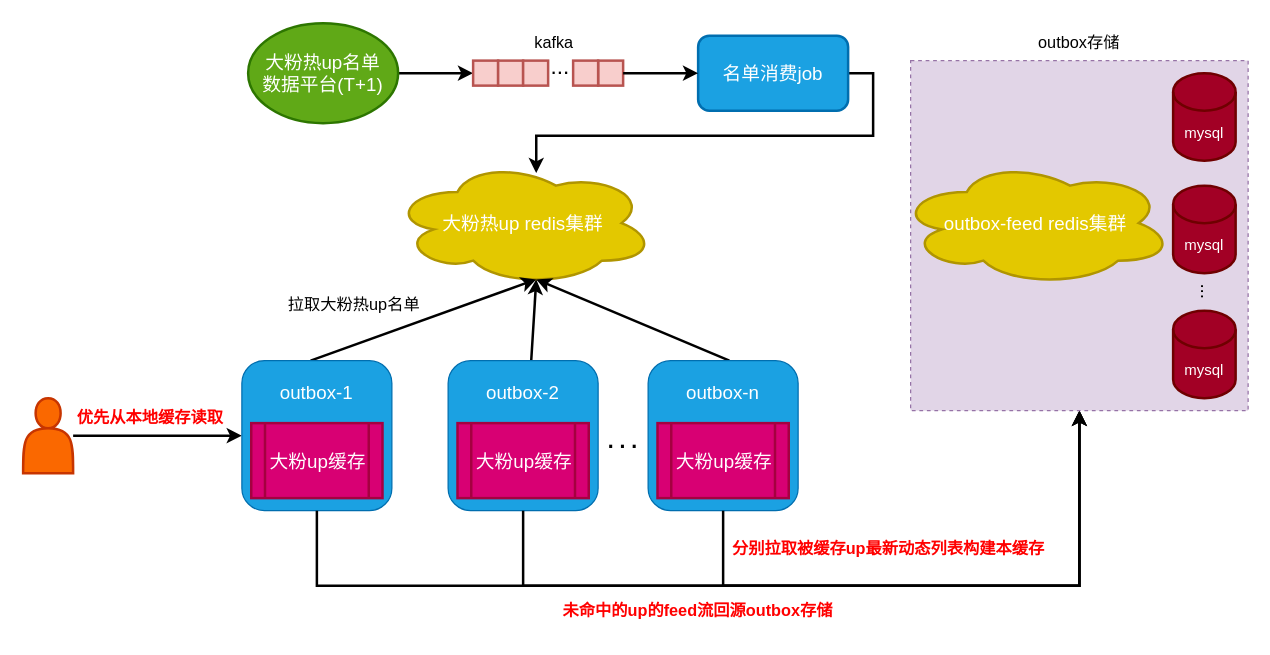
Above: outbox本地缓存架构图.drawio in smartcharles/tech_draw (draw.io), before the change. Source tidied: cells renumbered, new cells numbered last; positions are measured from the earlier drawing's top-left corner, leaving out a move shared by most shapes. Both pictures are drawn from the tidied source at 125%, with x=0, y=0 at pixel (22, 22).
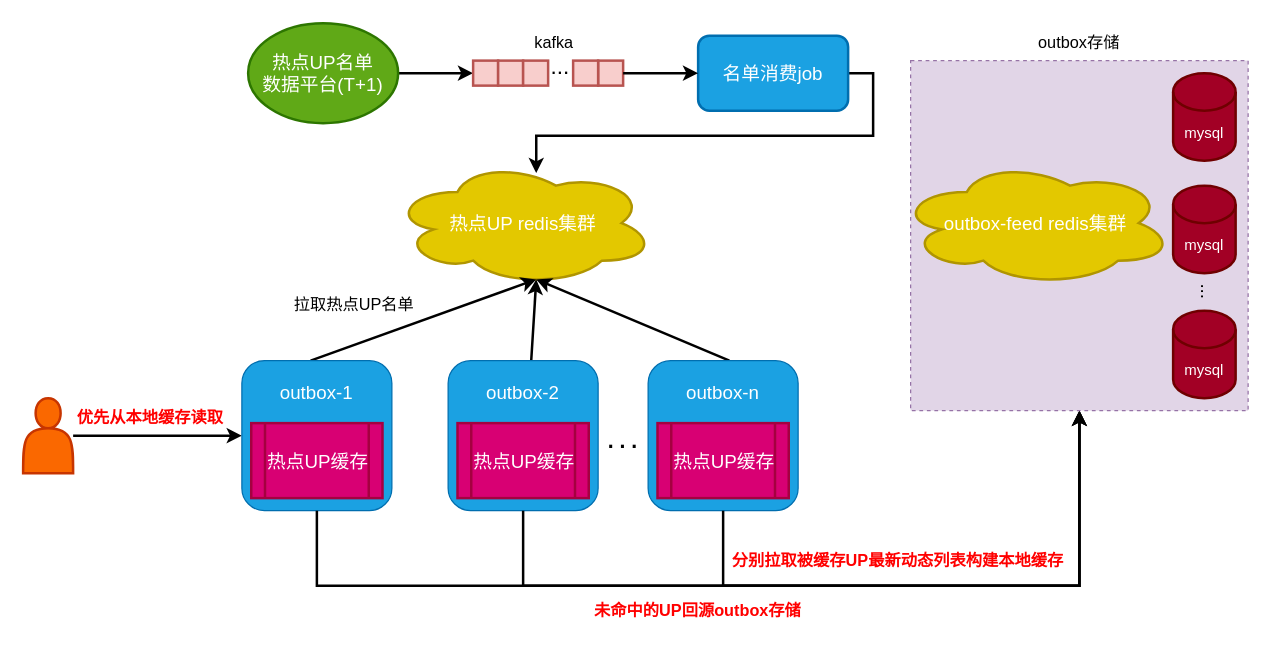
The same page after the edit.

Commit message:
更新outbox本地缓存架构图.drawio

Unchanged cells that the change refers to:
```xml
<mxCell id="16" style="group;" parent="1" vertex="1">
  <mxGeometry x="175" y="270" width="120" height="120" as="geometry" />
</mxCell>
<mxCell id="20" style="group;" parent="1" vertex="1">
  <mxGeometry x="340" y="270" width="130" height="120" as="geometry" />
</mxCell>
<mxCell id="24" style="group;" parent="1" vertex="1">
  <mxGeometry x="500" y="270" width="120" height="120" as="geometry" />
</mxCell>
```

Diff of the diagram source:
```diff
@@
-    <mxCell id="3" value="&lt;font style=&quot;font-size: 15px;&quot;&gt;大粉热up名单&lt;br&gt;数据平台(T+1)&lt;/font&gt;" style="ellipse;whiteSpace=wrap;html=1;strokeWidth=2;fillColor=#60a917;strokeColor=#2D7600;fontColor=#ffffff;" parent="1" vertex="1">
+    <mxCell id="3" value="&lt;font style=&quot;font-size: 15px;&quot;&gt;热点UP名单&lt;br&gt;数据平台(T+1)&lt;/font&gt;" style="ellipse;whiteSpace=wrap;html=1;strokeWidth=2;fillColor=#60a917;strokeColor=#2D7600;fontColor=#ffffff;" parent="1" vertex="1">
       <mxGeometry x="180" width="120" height="80" as="geometry" />
     </mxCell>
@@
-    <mxCell id="6" value="&lt;font color=&quot;#ffffff&quot; style=&quot;font-size: 15px;&quot;&gt;大粉热up redis集群&lt;/font&gt;" style="ellipse;shape=cloud;whiteSpace=wrap;html=1;strokeWidth=2;fillColor=#e3c800;strokeColor=#B09500;fontColor=#000000;" parent="1" vertex="1">
+    <mxCell id="6" value="&lt;font color=&quot;#ffffff&quot; style=&quot;font-size: 15px;&quot;&gt;热点UP redis集群&lt;/font&gt;" style="ellipse;shape=cloud;whiteSpace=wrap;html=1;strokeWidth=2;fillColor=#e3c800;strokeColor=#B09500;fontColor=#000000;" parent="1" vertex="1">
       <mxGeometry x="295" y="110" width="210" height="100" as="geometry" />
     </mxCell>
@@
-    <mxCell id="14" value="&lt;font color=&quot;#ff0000&quot; style=&quot;font-size: 13px;&quot;&gt;&lt;span&gt;未命中的up的feed流回源outbox存储&lt;/span&gt;&lt;/font&gt;" style="text;strokeColor=none;align=center;fillColor=none;html=1;verticalAlign=middle;whiteSpace=wrap;rounded=0;fontSize=13;fontStyle=1;" parent="1" vertex="1">
+    <mxCell id="14" value="&lt;font color=&quot;#ff0000&quot; style=&quot;font-size: 13px;&quot;&gt;&lt;span&gt;未命中的UP回源outbox存储&lt;/span&gt;&lt;/font&gt;" style="text;strokeColor=none;align=center;fillColor=none;html=1;verticalAlign=middle;whiteSpace=wrap;rounded=0;fontSize=13;fontStyle=1;" parent="1" vertex="1">
       <mxGeometry x="420" y="460" width="240" height="20" as="geometry" />
     </mxCell>
@@
-    <mxCell id="18" value="&lt;span style=&quot;font-size: 15px;&quot;&gt;大粉up缓存&lt;/span&gt;" style="shape=process;whiteSpace=wrap;html=1;backgroundOutline=1;strokeWidth=2;fillColor=#d80073;fontColor=#ffffff;strokeColor=#A50040;" parent="16" vertex="1">
+    <mxCell id="18" value="&lt;span style=&quot;font-size: 15px;&quot;&gt;热点UP缓存&lt;/span&gt;" style="shape=process;whiteSpace=wrap;html=1;backgroundOutline=1;strokeWidth=2;fillColor=#d80073;fontColor=#ffffff;strokeColor=#A50040;" parent="16" vertex="1">
       <mxGeometry x="7.5" y="50" width="105" height="60" as="geometry" />
     </mxCell>
@@
-    <mxCell id="22" value="&lt;span style=&quot;font-size: 15px;&quot;&gt;大粉up缓存&lt;/span&gt;" style="shape=process;whiteSpace=wrap;html=1;backgroundOutline=1;strokeWidth=2;fillColor=#d80073;fontColor=#ffffff;strokeColor=#A50040;" parent="20" vertex="1">
+    <mxCell id="22" value="&lt;font style=&quot;font-size: 15px;&quot;&gt;热点UP缓存&lt;/font&gt;" style="shape=process;whiteSpace=wrap;html=1;backgroundOutline=1;strokeWidth=2;fillColor=#d80073;fontColor=#ffffff;strokeColor=#A50040;" parent="20" vertex="1">
       <mxGeometry x="7.5" y="50" width="105" height="60" as="geometry" />
     </mxCell>
@@
-    <mxCell id="26" value="&lt;span style=&quot;font-size: 15px;&quot;&gt;大粉up缓存&lt;/span&gt;" style="shape=process;whiteSpace=wrap;html=1;backgroundOutline=1;strokeWidth=2;fillColor=#d80073;fontColor=#ffffff;strokeColor=#A50040;" parent="24" vertex="1">
+    <mxCell id="26" value="&lt;font style=&quot;font-size: 15px;&quot;&gt;热点UP缓存&lt;/font&gt;" style="shape=process;whiteSpace=wrap;html=1;backgroundOutline=1;strokeWidth=2;fillColor=#d80073;fontColor=#ffffff;strokeColor=#A50040;" parent="24" vertex="1">
       <mxGeometry x="7.5" y="50" width="105" height="60" as="geometry" />
     </mxCell>
@@
-    <mxCell id="39" value="&lt;font style=&quot;font-size: 13px; font-weight: normal;&quot;&gt;拉取大粉热up名单&lt;/font&gt;" style="text;strokeColor=none;align=center;fillColor=none;html=1;verticalAlign=middle;whiteSpace=wrap;rounded=0;fontStyle=1;" parent="1" vertex="1">
+    <mxCell id="39" value="&lt;font style=&quot;font-size: 13px; font-weight: normal;&quot;&gt;拉取热点UP名单&lt;/font&gt;" style="text;strokeColor=none;align=center;fillColor=none;html=1;verticalAlign=middle;whiteSpace=wrap;rounded=0;fontStyle=1;" parent="1" vertex="1">
       <mxGeometry x="210" y="210" width="110" height="30" as="geometry" />
     </mxCell>
@@
-    <mxCell id="50" value="&lt;font color=&quot;#ff0000&quot;&gt;分别拉取被缓存up最新动态列表构建本缓存&lt;/font&gt;" style="text;strokeColor=none;align=center;fillColor=none;html=1;verticalAlign=middle;whiteSpace=wrap;rounded=0;fontSize=13;fontStyle=1;" parent="1" vertex="1">
-      <mxGeometry x="560" y="410" width="265" height="20" as="geometry" />
+    <mxCell id="50" value="&lt;font color=&quot;#ff0000&quot;&gt;分别拉取被缓存UP最新动态列表构建本地缓存&lt;/font&gt;" style="text;strokeColor=none;align=center;fillColor=none;html=1;verticalAlign=middle;whiteSpace=wrap;rounded=0;fontSize=13;fontStyle=1;" parent="1" vertex="1">
+      <mxGeometry x="560" y="420" width="280" height="20" as="geometry" />
     </mxCell>
```
